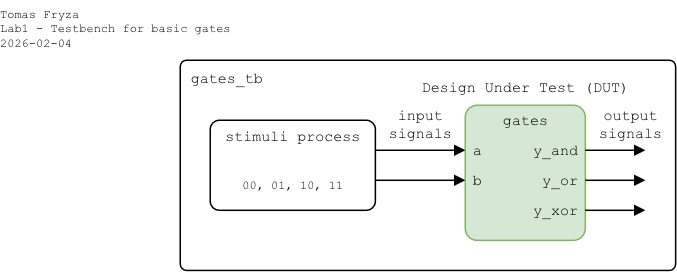
tomas-fryza/verilog-examples keeps this draw.io diagram as lab1-gates/images/testbench.png. Above is the earlier version. Source tidied: cells renumbered, new cells last; positions are measured from the earlier drawing's top-left corner, leaving out a move shared by most shapes. The source it was exported from:
```xml
<mxGraphModel>
  <root>
    <mxCell id="0" />
    <mxCell id="1" parent="0" />
    <mxCell id="2" value="gates_tb" style="rounded=1;arcSize=3;whiteSpace=wrap;html=1;align=left;verticalAlign=top;fontFamily=Courier New;absoluteArcSize=0;fillColor=none;fontSize=10;spacingLeft=5;imageHeight=24;spacing=2;" parent="1" vertex="1">
      <mxGeometry x="120" y="40" width="330" height="140" as="geometry" />
    </mxCell>
    <mxCell id="3" value="gates" style="rounded=1;arcSize=10;align=center;verticalAlign=top;fontFamily=Courier New;absoluteArcSize=0;fillColor=#d5e8d4;fixDash=0;fontSize=10;spacingLeft=0;labelBorderColor=none;spacingTop=0;spacing=0;labelBackgroundColor=none;whiteSpace=wrap;html=1;strokeWidth=1;shadow=0;glass=0;strokeColor=#82b366;" parent="1" vertex="1">
      <mxGeometry x="310" y="70" width="80" height="90" as="geometry" />
    </mxCell>
    <mxCell id="4" value="b" style="text;html=1;align=left;verticalAlign=middle;whiteSpace=wrap;rounded=0;fontFamily=Courier New;fontSize=10;fillOpacity=100;spacingLeft=5;spacing=0;" parent="1" vertex="1">
      <mxGeometry x="310" y="110" width="20" height="20" as="geometry" />
    </mxCell>
    <mxCell id="5" value="a" style="text;html=1;align=left;verticalAlign=middle;whiteSpace=wrap;rounded=0;fontFamily=Courier New;fontSize=10;fillOpacity=100;spacing=0;spacingLeft=5;" parent="1" vertex="1">
      <mxGeometry x="310" y="90" width="20" height="20" as="geometry" />
    </mxCell>
    <mxCell id="6" value="y_and" style="text;html=1;align=right;verticalAlign=middle;whiteSpace=wrap;rounded=0;fontFamily=Courier New;fontSize=10;fillOpacity=100;spacing=0;spacingRight=5;" parent="1" vertex="1">
      <mxGeometry x="330" y="90" width="60" height="20" as="geometry" />
    </mxCell>
    <mxCell id="7" style="endArrow=block;html=1;rounded=0;endFill=1;endSize=5;startSize=5;" parent="1" edge="1">
      <mxGeometry relative="1" as="geometry">
        <mxPoint x="250" y="100" as="sourcePoint" />
        <mxPoint x="310" y="100" as="targetPoint" />
      </mxGeometry>
    </mxCell>
    <mxCell id="8" style="endArrow=block;html=1;rounded=0;endFill=1;endSize=5;startSize=5;" parent="1" edge="1">
      <mxGeometry relative="1" as="geometry">
        <mxPoint x="250" y="120" as="sourcePoint" />
        <mxPoint x="310" y="120" as="targetPoint" />
      </mxGeometry>
    </mxCell>
    <mxCell id="9" style="endArrow=block;html=1;rounded=0;endFill=1;orthogonal=1;endSize=5;startSize=5;" parent="1" edge="1">
      <mxGeometry relative="1" as="geometry">
        <mxPoint x="390" y="120" as="sourcePoint" />
        <mxPoint x="430" y="120" as="targetPoint" />
      </mxGeometry>
    </mxCell>
    <mxCell id="10" style="endArrow=block;html=1;rounded=0;endFill=1;orthogonal=1;endSize=5;startSize=5;" parent="1" edge="1">
      <mxGeometry relative="1" as="geometry">
        <mxPoint x="390" y="100" as="sourcePoint" />
        <mxPoint x="430" y="100" as="targetPoint" />
      </mxGeometry>
    </mxCell>
    <mxCell id="11" value="y_or" style="text;html=1;align=right;verticalAlign=middle;whiteSpace=wrap;rounded=0;fontFamily=Courier New;fontSize=10;fillOpacity=100;spacing=0;spacingRight=5;" parent="1" vertex="1">
      <mxGeometry x="330" y="110" width="60" height="20" as="geometry" />
    </mxCell>
    <mxCell id="12" value="y_xor" style="text;html=1;align=right;verticalAlign=middle;whiteSpace=wrap;rounded=0;fontFamily=Courier New;fontSize=10;fillOpacity=100;spacing=0;spacingRight=5;" parent="1" vertex="1">
      <mxGeometry x="330" y="130" width="60" height="20" as="geometry" />
    </mxCell>
    <mxCell id="13" value="stimuli process" style="rounded=1;arcSize=10;align=center;verticalAlign=top;fontFamily=Courier New;absoluteArcSize=0;fixDash=0;fontSize=10;spacingLeft=0;labelBorderColor=none;spacingTop=0;spacing=0;labelBackgroundColor=none;whiteSpace=wrap;html=1;strokeWidth=1;shadow=0;glass=0;fillColor=none;" parent="1" vertex="1">
      <mxGeometry x="140" y="80" width="110" height="60" as="geometry" />
    </mxCell>
    <mxCell id="14" value="input signals" style="text;html=1;align=center;verticalAlign=middle;whiteSpace=wrap;rounded=0;fontFamily=Courier New;fontSize=10;fillOpacity=100;spacing=0;spacingLeft=0;" parent="1" vertex="1">
      <mxGeometry x="250" y="70" width="60" height="25" as="geometry" />
    </mxCell>
    <mxCell id="15" value="output signals" style="text;html=1;align=center;verticalAlign=middle;whiteSpace=wrap;rounded=0;fontFamily=Courier New;fontSize=10;fillOpacity=100;spacing=0;spacingLeft=0;" parent="1" vertex="1">
      <mxGeometry x="390" y="70" width="60" height="25" as="geometry" />
    </mxCell>
    <mxCell id="16" value="Design Under Test (DUT)" style="text;html=1;align=center;verticalAlign=middle;whiteSpace=wrap;rounded=0;fontFamily=Courier New;fontSize=10;fillOpacity=100;spacing=0;spacingLeft=0;" parent="1" vertex="1">
      <mxGeometry x="260" y="45" width="180" height="25" as="geometry" />
    </mxCell>
    <mxCell id="17" style="endArrow=block;html=1;rounded=0;endFill=1;orthogonal=1;endSize=5;startSize=5;" parent="1" edge="1">
      <mxGeometry relative="1" as="geometry">
        <mxPoint x="390" y="140" as="sourcePoint" />
        <mxPoint x="430" y="140" as="targetPoint" />
      </mxGeometry>
    </mxCell>
    <mxCell id="18" value="&lt;font style=&quot;font-size: 8px;&quot;&gt;00, 01, 10, 11&lt;/font&gt;" style="text;html=1;align=center;verticalAlign=middle;whiteSpace=wrap;rounded=0;fontFamily=Courier New;fontSize=10;fillOpacity=100;spacing=0;spacingLeft=0;" parent="1" vertex="1">
      <mxGeometry x="150" y="110" width="90" height="25" as="geometry" />
    </mxCell>
    <mxCell id="19" value="&lt;div&gt;Tomas Fryza&lt;/div&gt;&lt;div&gt;Lab1 - Testbench for basic gates&lt;/div&gt;&lt;div&gt;2026-02-04&lt;/div&gt;" style="text;html=1;align=left;verticalAlign=top;whiteSpace=wrap;rounded=0;fontFamily=Courier New;fontSize=8;fillOpacity=100;spacing=0;spacingLeft=0;labelPosition=center;verticalLabelPosition=middle;" parent="1" vertex="1">
      <mxGeometry width="170" height="40" as="geometry" />
    </mxCell>
  </root>
</mxGraphModel>
```
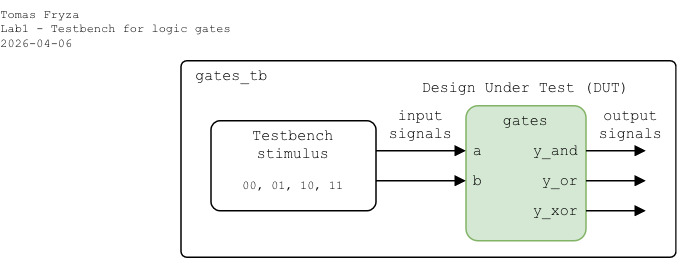
The same file after the commit.

Diff of the diagram source:
```diff
@@ -2,8 +2,8 @@
   <root>
     <mxCell id="0" />
     <mxCell id="1" parent="0" />
-    <mxCell id="2" value="gates_tb" style="rounded=1;arcSize=3;whiteSpace=wrap;html=1;align=left;verticalAlign=top;fontFamily=Courier New;absoluteArcSize=0;fillColor=none;fontSize=10;spacingLeft=5;imageHeight=24;spacing=2;" parent="1" vertex="1">
-      <mxGeometry x="120" y="40" width="330" height="140" as="geometry" />
+    <mxCell id="2" value="gates_tb" style="rounded=1;arcSize=3;whiteSpace=wrap;html=1;align=left;verticalAlign=top;fontFamily=Courier New;absoluteArcSize=0;fillColor=none;fontSize=10;spacingLeft=10;imageHeight=24;spacing=0;" parent="1" vertex="1">
+      <mxGeometry x="120" y="40" width="330" height="131" as="geometry" />
     </mxCell>
     <mxCell id="3" value="gates" style="rounded=1;arcSize=10;align=center;verticalAlign=top;fontFamily=Courier New;absoluteArcSize=0;fillColor=#d5e8d4;fixDash=0;fontSize=10;spacingLeft=0;labelBorderColor=none;spacingTop=0;spacing=0;labelBackgroundColor=none;whiteSpace=wrap;html=1;strokeWidth=1;shadow=0;glass=0;strokeColor=#82b366;" parent="1" vertex="1">
       <mxGeometry x="310" y="70" width="80" height="90" as="geometry" />
@@ -47,7 +47,7 @@
     <mxCell id="12" value="y_xor" style="text;html=1;align=right;verticalAlign=middle;whiteSpace=wrap;rounded=0;fontFamily=Courier New;fontSize=10;fillOpacity=100;spacing=0;spacingRight=5;" parent="1" vertex="1">
       <mxGeometry x="330" y="130" width="60" height="20" as="geometry" />
     </mxCell>
-    <mxCell id="13" value="stimuli process" style="rounded=1;arcSize=10;align=center;verticalAlign=top;fontFamily=Courier New;absoluteArcSize=0;fixDash=0;fontSize=10;spacingLeft=0;labelBorderColor=none;spacingTop=0;spacing=0;labelBackgroundColor=none;whiteSpace=wrap;html=1;strokeWidth=1;shadow=0;glass=0;fillColor=none;" parent="1" vertex="1">
+    <mxCell id="13" value="Testbench&lt;br&gt;stimulus" style="rounded=1;arcSize=10;align=center;verticalAlign=top;fontFamily=Courier New;absoluteArcSize=0;fixDash=0;fontSize=10;spacingLeft=0;labelBorderColor=none;spacingTop=0;spacing=0;labelBackgroundColor=none;whiteSpace=wrap;html=1;strokeWidth=1;shadow=0;glass=0;fillColor=none;" parent="1" vertex="1">
       <mxGeometry x="140" y="80" width="110" height="60" as="geometry" />
     </mxCell>
     <mxCell id="14" value="input signals" style="text;html=1;align=center;verticalAlign=middle;whiteSpace=wrap;rounded=0;fontFamily=Courier New;fontSize=10;fillOpacity=100;spacing=0;spacingLeft=0;" parent="1" vertex="1">
@@ -68,7 +68,7 @@
     <mxCell id="18" value="&lt;font style=&quot;font-size: 8px;&quot;&gt;00, 01, 10, 11&lt;/font&gt;" style="text;html=1;align=center;verticalAlign=middle;whiteSpace=wrap;rounded=0;fontFamily=Courier New;fontSize=10;fillOpacity=100;spacing=0;spacingLeft=0;" parent="1" vertex="1">
       <mxGeometry x="150" y="110" width="90" height="25" as="geometry" />
     </mxCell>
-    <mxCell id="19" value="&lt;div&gt;Tomas Fryza&lt;/div&gt;&lt;div&gt;Lab1 - Testbench for basic gates&lt;/div&gt;&lt;div&gt;2026-02-04&lt;/div&gt;" style="text;html=1;align=left;verticalAlign=top;whiteSpace=wrap;rounded=0;fontFamily=Courier New;fontSize=8;fillOpacity=100;spacing=0;spacingLeft=0;labelPosition=center;verticalLabelPosition=middle;" parent="1" vertex="1">
+    <mxCell id="19" value="&lt;div&gt;Tomas Fryza&lt;/div&gt;&lt;div&gt;Lab1 - Testbench for logic gates&lt;/div&gt;&lt;div&gt;2026-04-06&lt;/div&gt;" style="text;html=1;align=left;verticalAlign=top;whiteSpace=wrap;rounded=0;fontFamily=Courier New;fontSize=8;fillOpacity=100;spacing=0;spacingLeft=0;labelPosition=center;verticalLabelPosition=middle;" parent="1" vertex="1">
       <mxGeometry width="170" height="40" as="geometry" />
     </mxCell>
   </root>
```
